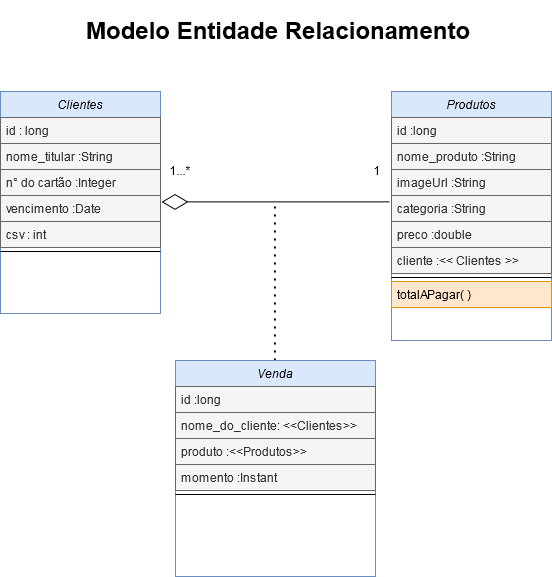
Earlier version of the draw.io export arquitetura e projeto/arquitetura/MER/diagrama de classes uml.png (Leozin89python/store-engine-project). Source tidied: cells renumbered, new cells last; positions are measured from the earlier drawing's top-left corner, leaving out a move shared by most shapes.
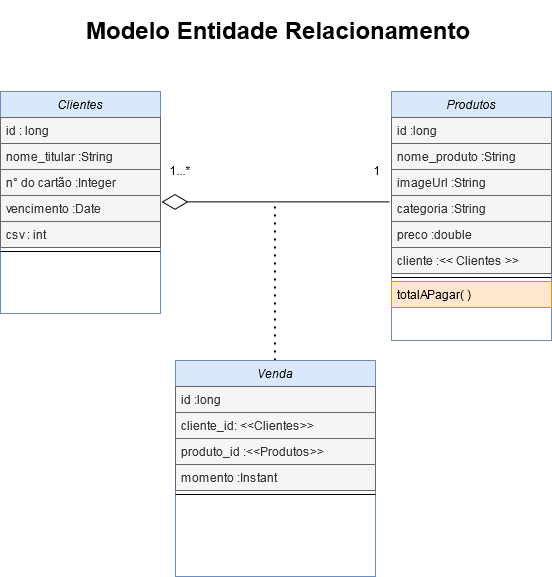
The same file after the commit.

Change to the diagram source:
```diff
@@ -71,10 +71,10 @@
     <mxCell id="22" value="id :long" style="text;align=left;verticalAlign=top;spacingLeft=4;spacingRight=4;overflow=hidden;fillColor=#f5f5f5;strokeColor=#666666;fontColor=#333333;" parent="21" vertex="1">
       <mxGeometry y="26" width="200" height="26" as="geometry" />
     </mxCell>
-    <mxCell id="23" value="nome_do_cliente: &lt;&lt;Clientes&gt;&gt;" style="text;align=left;verticalAlign=top;spacingLeft=4;spacingRight=4;overflow=hidden;rounded=0;shadow=0;html=0;fillColor=#f5f5f5;strokeColor=#666666;fontColor=#333333;" parent="21" vertex="1">
+    <mxCell id="23" value="cliente_id: &lt;&lt;Clientes&gt;&gt;" style="text;align=left;verticalAlign=top;spacingLeft=4;spacingRight=4;overflow=hidden;rounded=0;shadow=0;html=0;fillColor=#f5f5f5;strokeColor=#666666;fontColor=#333333;" parent="21" vertex="1">
       <mxGeometry y="52" width="200" height="26" as="geometry" />
     </mxCell>
-    <mxCell id="24" value="produto :&lt;&lt;Produtos&gt;&gt;" style="text;align=left;verticalAlign=top;spacingLeft=4;spacingRight=4;overflow=hidden;rounded=0;shadow=0;html=0;fillColor=#f5f5f5;strokeColor=#666666;fontColor=#333333;" parent="21" vertex="1">
+    <mxCell id="24" value="produto_id :&lt;&lt;Produtos&gt;&gt;" style="text;align=left;verticalAlign=top;spacingLeft=4;spacingRight=4;overflow=hidden;rounded=0;shadow=0;html=0;fillColor=#f5f5f5;strokeColor=#666666;fontColor=#333333;" parent="21" vertex="1">
       <mxGeometry y="78" width="200" height="26" as="geometry" />
     </mxCell>
     <mxCell id="25" value="momento :Instant" style="text;align=left;verticalAlign=top;spacingLeft=4;spacingRight=4;overflow=hidden;rounded=0;shadow=0;html=0;fillColor=#f5f5f5;strokeColor=#666666;fontColor=#333333;" parent="21" vertex="1">
```
